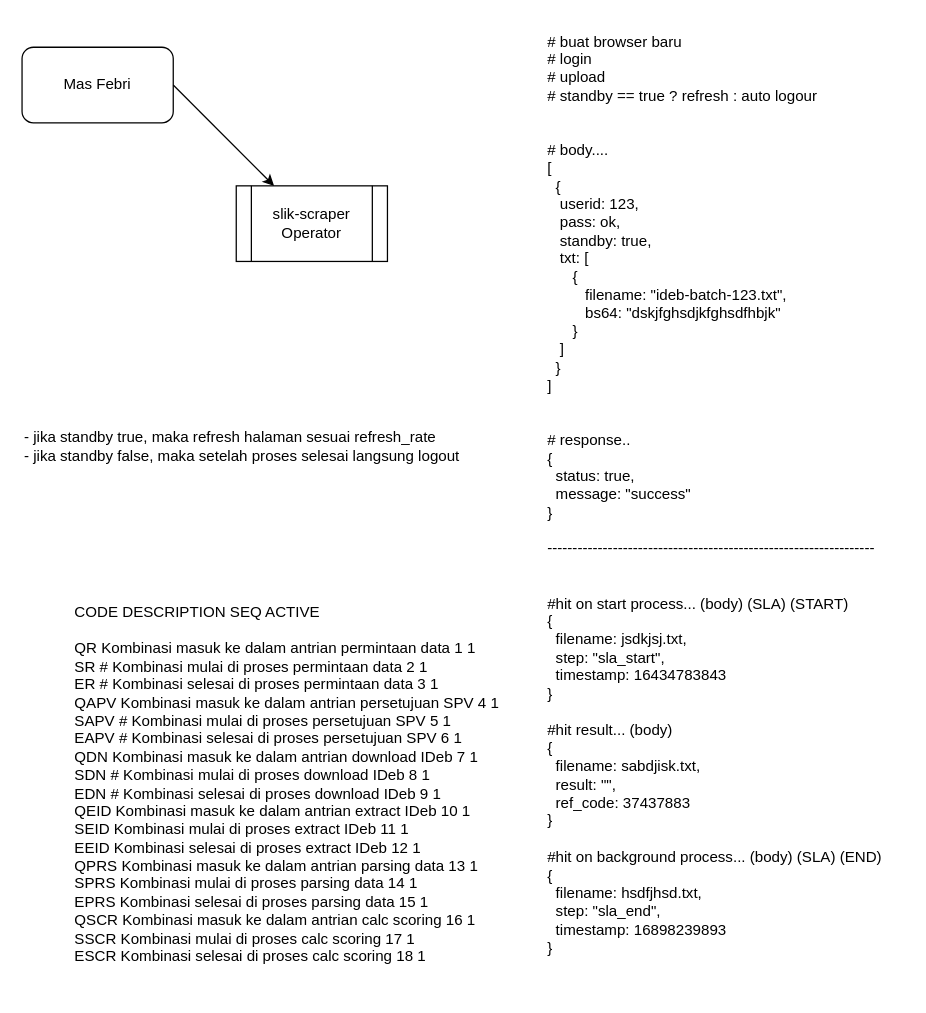
jefripunza/cloufina-assets keeps this draw.io diagram as Untitled Diagram.drawio. Above is the earlier version. Source tidied: cells renumbered, new cells numbered last; positions are measured from the earlier drawing's top-left corner, leaving out a move shared by most shapes. Both pictures are drawn from the tidied source at 126%, with x=0, y=0 at pixel (21, 21).
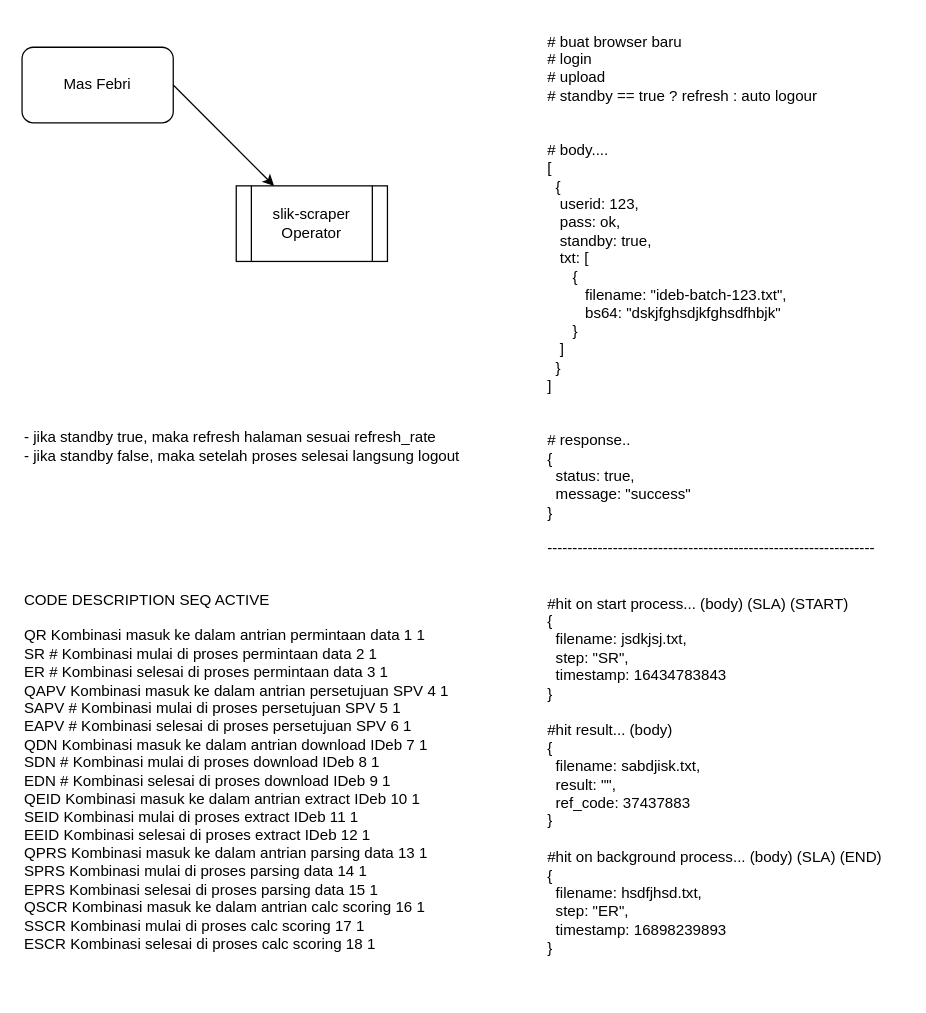
The same diagram, later.

The edit, as a diff of the source:
```diff
@@
 <mxGraphModel>
   <root>
     <mxCell id="0" />
     <mxCell id="1" parent="0" />
     <mxCell id="2" value="slik-scraper&lt;br&gt;Operator" style="shape=process;whiteSpace=wrap;html=1;backgroundOutline=1;" parent="1" vertex="1">
       <mxGeometry x="170" y="130" width="120" height="60" as="geometry" />
     </mxCell>
     <mxCell id="3" value="Mas Febri" style="rounded=1;whiteSpace=wrap;html=1;" parent="1" vertex="1">
       <mxGeometry y="20" width="120" height="60" as="geometry" />
     </mxCell>
     <mxCell id="4" style="endArrow=classic;html=1;rounded=0;exitX=1;exitY=0.5;exitDx=0;exitDy=0;" parent="1" edge="1" source="3" target="2">
       <mxGeometry relative="1" as="geometry" />
     </mxCell>
-    <mxCell id="5" value="&lt;div style=&quot;text-align: left;&quot;&gt;&lt;span style=&quot;background-color: initial;&quot;&gt;# buat browser baru&lt;/span&gt;&lt;/div&gt;&lt;div style=&quot;text-align: left;&quot;&gt;&lt;span style=&quot;background-color: initial;&quot;&gt;# login&lt;/span&gt;&lt;/div&gt;&lt;div style=&quot;text-align: left;&quot;&gt;&lt;span style=&quot;background-color: initial;&quot;&gt;# upload&lt;/span&gt;&lt;/div&gt;&lt;div style=&quot;text-align: left;&quot;&gt;&lt;span style=&quot;background-color: initial;&quot;&gt;# standby == true ? refresh : auto logour&lt;/span&gt;&lt;/div&gt;&lt;div style=&quot;text-align: left;&quot;&gt;&lt;span style=&quot;background-color: initial;&quot;&gt;&lt;br&gt;&lt;/span&gt;&lt;/div&gt;&lt;div style=&quot;text-align: left;&quot;&gt;&lt;span style=&quot;background-color: initial;&quot;&gt;&lt;br&gt;&lt;/span&gt;&lt;/div&gt;&lt;div style=&quot;text-align: left;&quot;&gt;&lt;span style=&quot;background-color: initial;&quot;&gt;# body....&lt;/span&gt;&lt;/div&gt;&lt;div style=&quot;text-align: left;&quot;&gt;&lt;span style=&quot;background-color: initial;&quot;&gt;[&lt;/span&gt;&lt;/div&gt;&lt;div style=&quot;text-align: left;&quot;&gt;&lt;span style=&quot;background-color: initial;&quot;&gt;&amp;nbsp; {&lt;/span&gt;&lt;/div&gt;&lt;div style=&quot;text-align: left;&quot;&gt;&lt;span style=&quot;background-color: initial;&quot;&gt;&amp;nbsp; &amp;nbsp;userid: 123,&lt;/span&gt;&lt;/div&gt;&lt;div style=&quot;text-align: left;&quot;&gt;&lt;span style=&quot;background-color: initial;&quot;&gt;&amp;nbsp; &amp;nbsp;pass: ok,&lt;/span&gt;&lt;/div&gt;&lt;div style=&quot;text-align: left;&quot;&gt;&lt;span style=&quot;background-color: initial;&quot;&gt;&amp;nbsp; &amp;nbsp;standby: true,&lt;/span&gt;&lt;/div&gt;&lt;div style=&quot;text-align: left;&quot;&gt;&lt;span style=&quot;background-color: initial;&quot;&gt;&amp;nbsp; &amp;nbsp;txt: [&lt;/span&gt;&lt;/div&gt;&lt;div style=&quot;text-align: left;&quot;&gt;&lt;span style=&quot;background-color: initial;&quot;&gt;&amp;nbsp; &amp;nbsp; &amp;nbsp; {&lt;/span&gt;&lt;/div&gt;&lt;div style=&quot;text-align: left;&quot;&gt;&lt;span style=&quot;background-color: initial;&quot;&gt;&amp;nbsp; &amp;nbsp; &amp;nbsp; &amp;nbsp; &amp;nbsp;filename: &quot;ideb-batch-123.txt&quot;,&lt;/span&gt;&lt;/div&gt;&lt;div style=&quot;text-align: left;&quot;&gt;&lt;span style=&quot;background-color: initial;&quot;&gt;&amp;nbsp; &amp;nbsp; &amp;nbsp; &amp;nbsp; &amp;nbsp;bs64: &quot;dskjfghsdjkfghsdfhbjk&quot;&lt;/span&gt;&lt;/div&gt;&lt;div style=&quot;text-align: left;&quot;&gt;&lt;span style=&quot;background-color: initial;&quot;&gt;&amp;nbsp; &amp;nbsp; &amp;nbsp; }&lt;/span&gt;&lt;/div&gt;&lt;div style=&quot;text-align: left;&quot;&gt;&lt;span style=&quot;background-color: initial;&quot;&gt;&amp;nbsp; &amp;nbsp;]&lt;/span&gt;&lt;/div&gt;&lt;div style=&quot;text-align: left;&quot;&gt;&lt;span style=&quot;background-color: initial;&quot;&gt;&amp;nbsp; }&lt;/span&gt;&lt;/div&gt;&lt;div style=&quot;text-align: left;&quot;&gt;&lt;span style=&quot;background-color: initial;&quot;&gt;]&lt;/span&gt;&lt;/div&gt;&lt;div style=&quot;text-align: left;&quot;&gt;&lt;span style=&quot;background-color: initial;&quot;&gt;&lt;br&gt;&lt;/span&gt;&lt;/div&gt;&lt;div style=&quot;text-align: left;&quot;&gt;&lt;span style=&quot;background-color: initial;&quot;&gt;&lt;br&gt;&lt;/span&gt;&lt;/div&gt;&lt;div style=&quot;text-align: left;&quot;&gt;&lt;span style=&quot;background-color: initial;&quot;&gt;# response..&lt;/span&gt;&lt;/div&gt;&lt;div style=&quot;text-align: left;&quot;&gt;&lt;span style=&quot;background-color: initial;&quot;&gt;{&lt;/span&gt;&lt;/div&gt;&lt;div style=&quot;text-align: left;&quot;&gt;&lt;span style=&quot;background-color: initial;&quot;&gt;&amp;nbsp; status: true,&lt;/span&gt;&lt;/div&gt;&lt;div style=&quot;text-align: left;&quot;&gt;&lt;span style=&quot;background-color: initial;&quot;&gt;&amp;nbsp; message: &quot;success&quot;&lt;/span&gt;&lt;/div&gt;&lt;div style=&quot;text-align: left;&quot;&gt;&lt;span style=&quot;background-color: initial;&quot;&gt;}&lt;/span&gt;&lt;/div&gt;&lt;div style=&quot;text-align: left;&quot;&gt;&lt;span style=&quot;background-color: initial;&quot;&gt;&lt;br&gt;&lt;/span&gt;&lt;/div&gt;&lt;div style=&quot;text-align: left;&quot;&gt;&lt;span style=&quot;background-color: initial;&quot;&gt;-----------------------------------------------------------------&lt;/span&gt;&lt;/div&gt;&lt;div style=&quot;text-align: left;&quot;&gt;&lt;span style=&quot;background-color: initial;&quot;&gt;&lt;br&gt;&lt;/span&gt;&lt;/div&gt;&lt;div style=&quot;text-align: left;&quot;&gt;&lt;span style=&quot;background-color: initial;&quot;&gt;&lt;br&gt;&lt;/span&gt;&lt;/div&gt;&lt;div style=&quot;text-align: left;&quot;&gt;&lt;span style=&quot;background-color: initial;&quot;&gt;#hit on start process... (body) (SLA) (START)&lt;/span&gt;&lt;/div&gt;&lt;div style=&quot;text-align: left;&quot;&gt;&lt;span style=&quot;background-color: initial;&quot;&gt;{&lt;/span&gt;&lt;/div&gt;&lt;div style=&quot;text-align: left;&quot;&gt;&amp;nbsp; filename: jsdkjsj.txt,&lt;/div&gt;&lt;div style=&quot;text-align: left;&quot;&gt;&amp;nbsp; step: &quot;sla_start&quot;,&lt;/div&gt;&lt;div style=&quot;text-align: left;&quot;&gt;&amp;nbsp; timestamp: 16434783843&lt;/div&gt;&lt;div style=&quot;text-align: left;&quot;&gt;&lt;span style=&quot;background-color: initial;&quot;&gt;}&lt;/span&gt;&lt;/div&gt;&lt;div style=&quot;text-align: left;&quot;&gt;&lt;span style=&quot;background-color: initial;&quot;&gt;&lt;br&gt;&lt;/span&gt;&lt;/div&gt;&lt;div style=&quot;text-align: left;&quot;&gt;&lt;span style=&quot;background-color: initial;&quot;&gt;#hit result... (body)&lt;/span&gt;&lt;/div&gt;&lt;div style=&quot;text-align: left;&quot;&gt;&lt;span style=&quot;background-color: initial;&quot;&gt;{&lt;/span&gt;&lt;/div&gt;&lt;div style=&quot;text-align: left;&quot;&gt;&lt;span style=&quot;background-color: initial;&quot;&gt;&amp;nbsp; filename: sabdjisk.txt,&lt;/span&gt;&lt;/div&gt;&lt;div style=&quot;text-align: left;&quot;&gt;&amp;nbsp; result: &quot;&quot;,&lt;/div&gt;&lt;div style=&quot;text-align: left;&quot;&gt;&lt;span style=&quot;background-color: initial;&quot;&gt;&amp;nbsp; ref_code: 37437883&lt;/span&gt;&lt;/div&gt;&lt;div style=&quot;text-align: left;&quot;&gt;&lt;span style=&quot;background-color: initial;&quot;&gt;}&lt;/span&gt;&lt;/div&gt;&lt;div style=&quot;text-align: left;&quot;&gt;&lt;span style=&quot;background-color: initial;&quot;&gt;&lt;br&gt;&lt;/span&gt;&lt;/div&gt;&lt;div style=&quot;text-align: left;&quot;&gt;&lt;span style=&quot;background-color: initial;&quot;&gt;#hit on background process... (body) (SLA) (END)&lt;/span&gt;&lt;/div&gt;&lt;div style=&quot;text-align: left;&quot;&gt;&lt;span style=&quot;background-color: initial;&quot;&gt;{&lt;/span&gt;&lt;/div&gt;&lt;div style=&quot;text-align: left;&quot;&gt;&lt;span style=&quot;background-color: initial;&quot;&gt;&amp;nbsp; filename: hsdfjhsd.txt,&lt;/span&gt;&lt;/div&gt;&lt;div style=&quot;text-align: left;&quot;&gt;&lt;span style=&quot;background-color: initial;&quot;&gt;&amp;nbsp; step: &quot;sla_end&quot;,&lt;/span&gt;&lt;/div&gt;&lt;div style=&quot;text-align: left;&quot;&gt;&lt;span style=&quot;background-color: initial;&quot;&gt;&amp;nbsp; timestamp: 16898239893&lt;/span&gt;&lt;/div&gt;&lt;div style=&quot;text-align: left;&quot;&gt;&lt;span style=&quot;background-color: initial;&quot;&gt;}&lt;/span&gt;&lt;/div&gt;" style="text;html=1;strokeColor=none;fillColor=none;align=center;verticalAlign=middle;whiteSpace=wrap;rounded=0;" parent="1" vertex="1">
+    <mxCell id="5" value="&lt;div style=&quot;text-align: left;&quot;&gt;&lt;span style=&quot;background-color: initial;&quot;&gt;# buat browser baru&lt;/span&gt;&lt;/div&gt;&lt;div style=&quot;text-align: left;&quot;&gt;&lt;span style=&quot;background-color: initial;&quot;&gt;# login&lt;/span&gt;&lt;/div&gt;&lt;div style=&quot;text-align: left;&quot;&gt;&lt;span style=&quot;background-color: initial;&quot;&gt;# upload&lt;/span&gt;&lt;/div&gt;&lt;div style=&quot;text-align: left;&quot;&gt;&lt;span style=&quot;background-color: initial;&quot;&gt;# standby == true ? refresh : auto logour&lt;/span&gt;&lt;/div&gt;&lt;div style=&quot;text-align: left;&quot;&gt;&lt;span style=&quot;background-color: initial;&quot;&gt;&lt;br&gt;&lt;/span&gt;&lt;/div&gt;&lt;div style=&quot;text-align: left;&quot;&gt;&lt;span style=&quot;background-color: initial;&quot;&gt;&lt;br&gt;&lt;/span&gt;&lt;/div&gt;&lt;div style=&quot;text-align: left;&quot;&gt;&lt;span style=&quot;background-color: initial;&quot;&gt;# body....&lt;/span&gt;&lt;/div&gt;&lt;div style=&quot;text-align: left;&quot;&gt;&lt;span style=&quot;background-color: initial;&quot;&gt;[&lt;/span&gt;&lt;/div&gt;&lt;div style=&quot;text-align: left;&quot;&gt;&lt;span style=&quot;background-color: initial;&quot;&gt;&amp;nbsp; {&lt;/span&gt;&lt;/div&gt;&lt;div style=&quot;text-align: left;&quot;&gt;&lt;span style=&quot;background-color: initial;&quot;&gt;&amp;nbsp; &amp;nbsp;userid: 123,&lt;/span&gt;&lt;/div&gt;&lt;div style=&quot;text-align: left;&quot;&gt;&lt;span style=&quot;background-color: initial;&quot;&gt;&amp;nbsp; &amp;nbsp;pass: ok,&lt;/span&gt;&lt;/div&gt;&lt;div style=&quot;text-align: left;&quot;&gt;&lt;span style=&quot;background-color: initial;&quot;&gt;&amp;nbsp; &amp;nbsp;standby: true,&lt;/span&gt;&lt;/div&gt;&lt;div style=&quot;text-align: left;&quot;&gt;&lt;span style=&quot;background-color: initial;&quot;&gt;&amp;nbsp; &amp;nbsp;txt: [&lt;/span&gt;&lt;/div&gt;&lt;div style=&quot;text-align: left;&quot;&gt;&lt;span style=&quot;background-color: initial;&quot;&gt;&amp;nbsp; &amp;nbsp; &amp;nbsp; {&lt;/span&gt;&lt;/div&gt;&lt;div style=&quot;text-align: left;&quot;&gt;&lt;span style=&quot;background-color: initial;&quot;&gt;&amp;nbsp; &amp;nbsp; &amp;nbsp; &amp;nbsp; &amp;nbsp;filename: &quot;ideb-batch-123.txt&quot;,&lt;/span&gt;&lt;/div&gt;&lt;div style=&quot;text-align: left;&quot;&gt;&lt;span style=&quot;background-color: initial;&quot;&gt;&amp;nbsp; &amp;nbsp; &amp;nbsp; &amp;nbsp; &amp;nbsp;bs64: &quot;dskjfghsdjkfghsdfhbjk&quot;&lt;/span&gt;&lt;/div&gt;&lt;div style=&quot;text-align: left;&quot;&gt;&lt;span style=&quot;background-color: initial;&quot;&gt;&amp;nbsp; &amp;nbsp; &amp;nbsp; }&lt;/span&gt;&lt;/div&gt;&lt;div style=&quot;text-align: left;&quot;&gt;&lt;span style=&quot;background-color: initial;&quot;&gt;&amp;nbsp; &amp;nbsp;]&lt;/span&gt;&lt;/div&gt;&lt;div style=&quot;text-align: left;&quot;&gt;&lt;span style=&quot;background-color: initial;&quot;&gt;&amp;nbsp; }&lt;/span&gt;&lt;/div&gt;&lt;div style=&quot;text-align: left;&quot;&gt;&lt;span style=&quot;background-color: initial;&quot;&gt;]&lt;/span&gt;&lt;/div&gt;&lt;div style=&quot;text-align: left;&quot;&gt;&lt;span style=&quot;background-color: initial;&quot;&gt;&lt;br&gt;&lt;/span&gt;&lt;/div&gt;&lt;div style=&quot;text-align: left;&quot;&gt;&lt;span style=&quot;background-color: initial;&quot;&gt;&lt;br&gt;&lt;/span&gt;&lt;/div&gt;&lt;div style=&quot;text-align: left;&quot;&gt;&lt;span style=&quot;background-color: initial;&quot;&gt;# response..&lt;/span&gt;&lt;/div&gt;&lt;div style=&quot;text-align: left;&quot;&gt;&lt;span style=&quot;background-color: initial;&quot;&gt;{&lt;/span&gt;&lt;/div&gt;&lt;div style=&quot;text-align: left;&quot;&gt;&lt;span style=&quot;background-color: initial;&quot;&gt;&amp;nbsp; status: true,&lt;/span&gt;&lt;/div&gt;&lt;div style=&quot;text-align: left;&quot;&gt;&lt;span style=&quot;background-color: initial;&quot;&gt;&amp;nbsp; message: &quot;success&quot;&lt;/span&gt;&lt;/div&gt;&lt;div style=&quot;text-align: left;&quot;&gt;&lt;span style=&quot;background-color: initial;&quot;&gt;}&lt;/span&gt;&lt;/div&gt;&lt;div style=&quot;text-align: left;&quot;&gt;&lt;span style=&quot;background-color: initial;&quot;&gt;&lt;br&gt;&lt;/span&gt;&lt;/div&gt;&lt;div style=&quot;text-align: left;&quot;&gt;&lt;span style=&quot;background-color: initial;&quot;&gt;-----------------------------------------------------------------&lt;/span&gt;&lt;/div&gt;&lt;div style=&quot;text-align: left;&quot;&gt;&lt;span style=&quot;background-color: initial;&quot;&gt;&lt;br&gt;&lt;/span&gt;&lt;/div&gt;&lt;div style=&quot;text-align: left;&quot;&gt;&lt;span style=&quot;background-color: initial;&quot;&gt;&lt;br&gt;&lt;/span&gt;&lt;/div&gt;&lt;div style=&quot;text-align: left;&quot;&gt;&lt;span style=&quot;background-color: initial;&quot;&gt;#hit on start process... (body) (SLA) (START)&lt;/span&gt;&lt;/div&gt;&lt;div style=&quot;text-align: left;&quot;&gt;&lt;span style=&quot;background-color: initial;&quot;&gt;{&lt;/span&gt;&lt;/div&gt;&lt;div style=&quot;text-align: left;&quot;&gt;&amp;nbsp; filename: jsdkjsj.txt,&lt;/div&gt;&lt;div style=&quot;text-align: left;&quot;&gt;&amp;nbsp; step: &quot;SR&quot;,&lt;/div&gt;&lt;div style=&quot;text-align: left;&quot;&gt;&amp;nbsp; timestamp: 16434783843&lt;/div&gt;&lt;div style=&quot;text-align: left;&quot;&gt;&lt;span style=&quot;background-color: initial;&quot;&gt;}&lt;/span&gt;&lt;/div&gt;&lt;div style=&quot;text-align: left;&quot;&gt;&lt;span style=&quot;background-color: initial;&quot;&gt;&lt;br&gt;&lt;/span&gt;&lt;/div&gt;&lt;div style=&quot;text-align: left;&quot;&gt;&lt;span style=&quot;background-color: initial;&quot;&gt;#hit result... (body)&lt;/span&gt;&lt;/div&gt;&lt;div style=&quot;text-align: left;&quot;&gt;&lt;span style=&quot;background-color: initial;&quot;&gt;{&lt;/span&gt;&lt;/div&gt;&lt;div style=&quot;text-align: left;&quot;&gt;&lt;span style=&quot;background-color: initial;&quot;&gt;&amp;nbsp; filename: sabdjisk.txt,&lt;/span&gt;&lt;/div&gt;&lt;div style=&quot;text-align: left;&quot;&gt;&amp;nbsp; result: &quot;&quot;,&lt;/div&gt;&lt;div style=&quot;text-align: left;&quot;&gt;&lt;span style=&quot;background-color: initial;&quot;&gt;&amp;nbsp; ref_code: 37437883&lt;/span&gt;&lt;/div&gt;&lt;div style=&quot;text-align: left;&quot;&gt;&lt;span style=&quot;background-color: initial;&quot;&gt;}&lt;/span&gt;&lt;/div&gt;&lt;div style=&quot;text-align: left;&quot;&gt;&lt;span style=&quot;background-color: initial;&quot;&gt;&lt;br&gt;&lt;/span&gt;&lt;/div&gt;&lt;div style=&quot;text-align: left;&quot;&gt;&lt;span style=&quot;background-color: initial;&quot;&gt;#hit on background process... (body) (SLA) (END)&lt;/span&gt;&lt;/div&gt;&lt;div style=&quot;text-align: left;&quot;&gt;&lt;span style=&quot;background-color: initial;&quot;&gt;{&lt;/span&gt;&lt;/div&gt;&lt;div style=&quot;text-align: left;&quot;&gt;&lt;span style=&quot;background-color: initial;&quot;&gt;&amp;nbsp; filename: hsdfjhsd.txt,&lt;/span&gt;&lt;/div&gt;&lt;div style=&quot;text-align: left;&quot;&gt;&lt;span style=&quot;background-color: initial;&quot;&gt;&amp;nbsp; step: &quot;ER&quot;,&lt;/span&gt;&lt;/div&gt;&lt;div style=&quot;text-align: left;&quot;&gt;&lt;span style=&quot;background-color: initial;&quot;&gt;&amp;nbsp; timestamp: 16898239893&lt;/span&gt;&lt;/div&gt;&lt;div style=&quot;text-align: left;&quot;&gt;&lt;span style=&quot;background-color: initial;&quot;&gt;}&lt;/span&gt;&lt;/div&gt;" style="text;html=1;strokeColor=none;fillColor=none;align=center;verticalAlign=middle;whiteSpace=wrap;rounded=0;" parent="1" vertex="1">
       <mxGeometry x="400" width="300" height="750" as="geometry" />
     </mxCell>
     <mxCell id="6" value="&lt;br&gt;- jika standby true, maka refresh halaman sesuai refresh_rate&lt;br&gt;- jika standby false, maka setelah proses selesai langsung logout" style="text;html=1;strokeColor=none;fillColor=none;align=left;verticalAlign=middle;whiteSpace=wrap;rounded=0;" parent="1" vertex="1">
       <mxGeometry y="260" width="360" height="140" as="geometry" />
     </mxCell>
     <mxCell id="7" value="&lt;div&gt;CODE&lt;span style=&quot;&quot;&gt; &lt;/span&gt;DESCRIPTION&lt;span style=&quot;&quot;&gt; &lt;/span&gt;SEQ&lt;span style=&quot;&quot;&gt; &lt;/span&gt;ACTIVE&lt;/div&gt;&lt;div&gt;&lt;br&gt;&lt;/div&gt;&lt;div&gt;QR&lt;span style=&quot;&quot;&gt; &lt;/span&gt;Kombinasi masuk ke dalam antrian permintaan data&lt;span style=&quot;&quot;&gt; &lt;/span&gt;1&lt;span style=&quot;&quot;&gt; &lt;/span&gt;1&lt;/div&gt;&lt;div&gt;SR #&lt;span style=&quot;&quot;&gt; &lt;/span&gt;Kombinasi mulai di proses permintaan data&lt;span style=&quot;&quot;&gt; &lt;/span&gt;2&lt;span style=&quot;&quot;&gt; &lt;/span&gt;1&lt;/div&gt;&lt;div&gt;ER #&lt;span style=&quot;&quot;&gt; &lt;/span&gt;Kombinasi selesai di proses permintaan data&lt;span style=&quot;&quot;&gt; &lt;/span&gt;3&lt;span style=&quot;&quot;&gt; &lt;/span&gt;1&lt;/div&gt;&lt;div&gt;QAPV&lt;span style=&quot;&quot;&gt; &lt;/span&gt;Kombinasi masuk ke dalam antrian persetujuan SPV&lt;span style=&quot;&quot;&gt; &lt;/span&gt;4&lt;span style=&quot;&quot;&gt; &lt;/span&gt;1&lt;/div&gt;&lt;div&gt;SAPV #&lt;span style=&quot;&quot;&gt; &lt;/span&gt;Kombinasi mulai di proses persetujuan SPV&lt;span style=&quot;&quot;&gt; &lt;/span&gt;5&lt;span style=&quot;&quot;&gt; &lt;/span&gt;1&lt;/div&gt;&lt;div&gt;EAPV #&lt;span style=&quot;&quot;&gt; &lt;/span&gt;Kombinasi selesai di proses persetujuan SPV&lt;span style=&quot;&quot;&gt; &lt;/span&gt;6&lt;span style=&quot;&quot;&gt; &lt;/span&gt;1&lt;/div&gt;&lt;div&gt;QDN&lt;span style=&quot;&quot;&gt; &lt;/span&gt;Kombinasi masuk ke dalam antrian download IDeb&lt;span style=&quot;&quot;&gt; &lt;/span&gt;7&lt;span style=&quot;&quot;&gt; &lt;/span&gt;1&lt;/div&gt;&lt;div&gt;SDN #&lt;span style=&quot;&quot;&gt; &lt;/span&gt;Kombinasi mulai di proses download IDeb&lt;span style=&quot;&quot;&gt; &lt;/span&gt;8&lt;span style=&quot;&quot;&gt; &lt;/span&gt;1&lt;/div&gt;&lt;div&gt;EDN #&lt;span style=&quot;&quot;&gt; &lt;/span&gt;Kombinasi selesai di proses download IDeb&lt;span style=&quot;&quot;&gt; &lt;/span&gt;9&lt;span style=&quot;&quot;&gt; &lt;/span&gt;1&lt;/div&gt;&lt;div&gt;QEID&lt;span style=&quot;&quot;&gt; &lt;/span&gt;Kombinasi masuk ke dalam antrian extract IDeb&lt;span style=&quot;&quot;&gt; &lt;/span&gt;10&lt;span style=&quot;&quot;&gt; &lt;/span&gt;1&lt;/div&gt;&lt;div&gt;SEID&lt;span style=&quot;&quot;&gt; &lt;/span&gt;Kombinasi mulai di proses extract IDeb&lt;span style=&quot;&quot;&gt; &lt;/span&gt;11&lt;span style=&quot;&quot;&gt; &lt;/span&gt;1&lt;/div&gt;&lt;div&gt;EEID&lt;span style=&quot;&quot;&gt; &lt;/span&gt;Kombinasi selesai di proses extract IDeb&lt;span style=&quot;&quot;&gt; &lt;/span&gt;12&lt;span style=&quot;&quot;&gt; &lt;/span&gt;1&lt;/div&gt;&lt;div&gt;QPRS&lt;span style=&quot;&quot;&gt; &lt;/span&gt;Kombinasi masuk ke dalam antrian parsing data&lt;span style=&quot;&quot;&gt; &lt;/span&gt;13&lt;span style=&quot;&quot;&gt; &lt;/span&gt;1&lt;/div&gt;&lt;div&gt;SPRS&lt;span style=&quot;&quot;&gt; &lt;/span&gt;Kombinasi mulai di proses parsing data&lt;span style=&quot;&quot;&gt; &lt;/span&gt;14&lt;span style=&quot;&quot;&gt; &lt;/span&gt;1&lt;/div&gt;&lt;div&gt;EPRS&lt;span style=&quot;&quot;&gt; &lt;/span&gt;Kombinasi selesai di proses parsing data&lt;span style=&quot;&quot;&gt; &lt;/span&gt;15&lt;span style=&quot;&quot;&gt; &lt;/span&gt;1&lt;/div&gt;&lt;div&gt;QSCR&lt;span style=&quot;&quot;&gt; &lt;/span&gt;Kombinasi masuk ke dalam antrian calc scoring&lt;span style=&quot;&quot;&gt; &lt;/span&gt;16&lt;span style=&quot;&quot;&gt; &lt;/span&gt;1&lt;/div&gt;&lt;div&gt;SSCR&lt;span style=&quot;&quot;&gt; &lt;/span&gt;Kombinasi mulai di proses calc scoring&lt;span style=&quot;&quot;&gt; &lt;/span&gt;17&lt;span style=&quot;&quot;&gt; &lt;/span&gt;1&lt;/div&gt;&lt;div style=&quot;&quot;&gt;ESCR&lt;span style=&quot;&quot;&gt; &lt;/span&gt;Kombinasi selesai di proses calc scoring&lt;span style=&quot;&quot;&gt; &lt;/span&gt;18&lt;span style=&quot;&quot;&gt; &lt;/span&gt;1&lt;/div&gt;" style="text;html=1;strokeColor=none;fillColor=none;align=left;verticalAlign=middle;whiteSpace=wrap;rounded=0;" parent="1" vertex="1">
-      <mxGeometry x="40" y="440" width="350" height="330" as="geometry" />
+      <mxGeometry y="430" width="350" height="330" as="geometry" />
     </mxCell>
   </root>
 </mxGraphModel>
```
